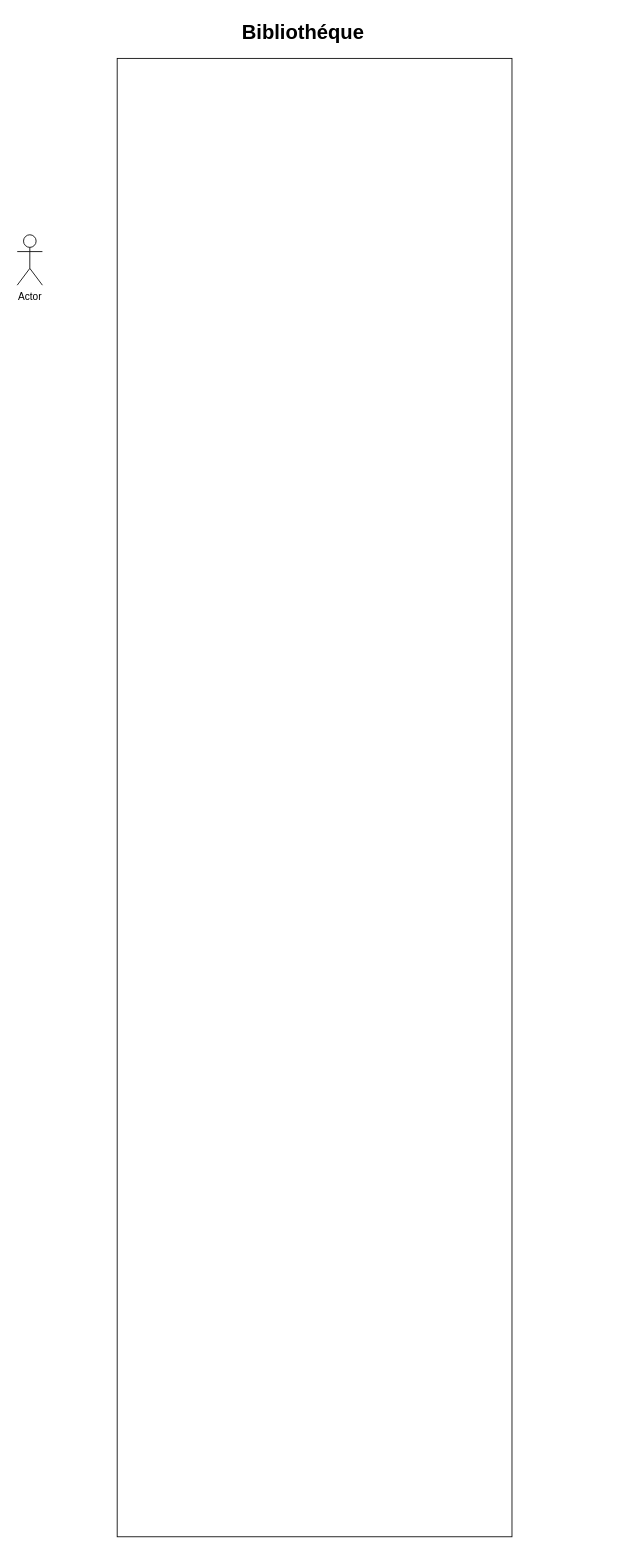
Above: maquetter_une_application/UML_Partie_1/Untitled Diagram.drawio in Rustam0-0/cda (draw.io), before the change. Source tidied: cells renumbered, new cells numbered last; positions are measured from the earlier drawing's top-left corner, leaving out a move shared by most shapes. Both pictures are drawn from the tidied source at 84%, with x=0, y=0 at pixel (17, 24).
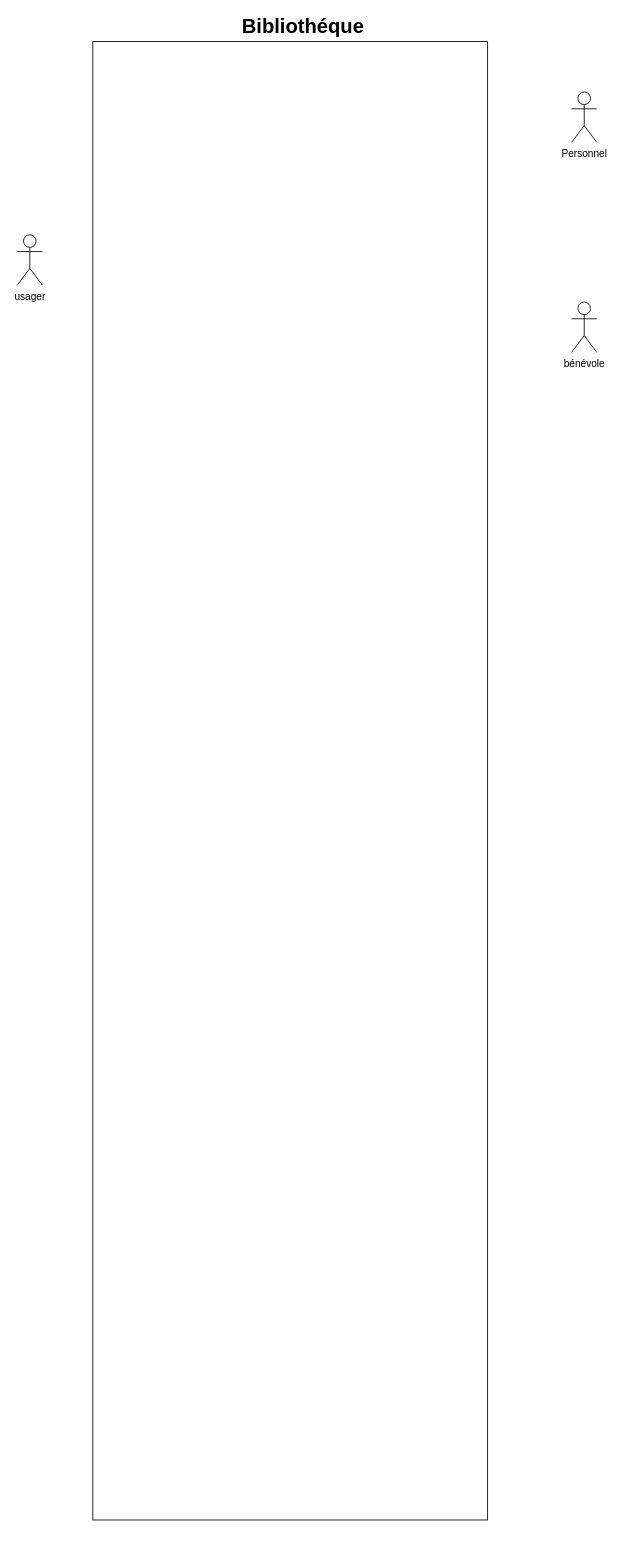
Above is the later version.

The edit, as a diff of the source:
```diff
@@
 <mxGraphModel>
   <root>
     <mxCell id="0" />
     <mxCell id="1" parent="0" />
     <mxCell id="2" style="rounded=0;whiteSpace=wrap;html=1;direction=south;" parent="1" vertex="1">
-      <mxGeometry x="119" y="40" width="470" height="1760" as="geometry" />
+      <mxGeometry x="90" y="20" width="470" height="1760" as="geometry" />
     </mxCell>
     <mxCell id="3" value="&lt;font style=&quot;font-size: 24px&quot;&gt;&lt;b&gt;Bibliothéque&lt;/b&gt;&lt;/font&gt;" style="text;html=1;align=center;verticalAlign=middle;strokeColor=none;fillColor=none;" parent="1" vertex="1">
-      <mxGeometry x="260" width="160" height="20" as="geometry" />
+      <mxGeometry x="260" y="-8" width="160" height="20" as="geometry" />
     </mxCell>
-    <mxCell id="4" value="Actor" style="shape=umlActor;verticalLabelPosition=bottom;verticalAlign=top;html=1;" parent="1" vertex="1">
+    <mxCell id="4" value="usager" style="shape=umlActor;verticalLabelPosition=bottom;verticalAlign=top;html=1;" parent="1" vertex="1">
       <mxGeometry y="250" width="30" height="60" as="geometry" />
     </mxCell>
+    <mxCell id="5" value="Personnel" style="shape=umlActor;verticalLabelPosition=bottom;verticalAlign=top;html=1;" parent="1" vertex="1">
+      <mxGeometry x="660" y="80" width="30" height="60" as="geometry" />
+    </mxCell>
+    <mxCell id="6" value="bénévole" style="shape=umlActor;verticalLabelPosition=bottom;verticalAlign=top;html=1;" parent="1" vertex="1">
+      <mxGeometry x="660" y="330" width="30" height="60" as="geometry" />
+    </mxCell>
   </root>
 </mxGraphModel>
```
